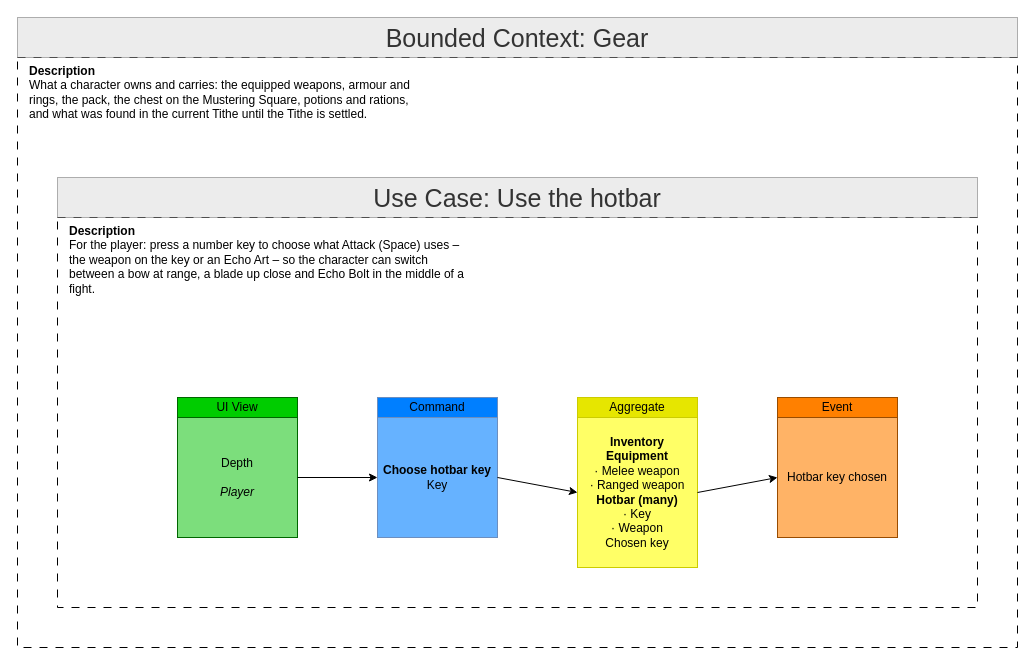
Earlier version of the draw.io diagram ProductOwner/contexts/gear/models/Feature-028-use-the-hotbar.drawio (tokeboisen/themaw). Source tidied: cells renumbered, new cells numbered last; positions are measured from the earlier drawing's top-left corner, leaving out a move shared by most shapes. Both pictures are drawn from the tidied source at 100%, with x=0, y=0 at pixel (17, 17).
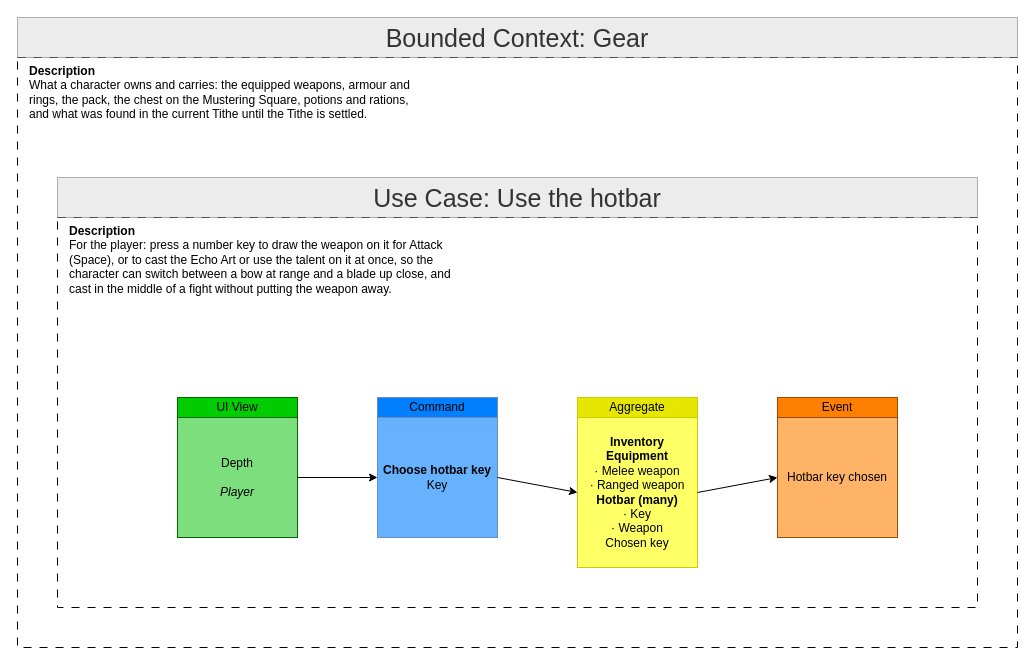
The same diagram, later.

What changed in the source:
```diff
@@
 <mxGraphModel>
   <root>
     <mxCell id="0" />
     <mxCell id="1" parent="0" />
     <mxCell id="2" style="rounded=0;whiteSpace=wrap;html=1;fillColor=none;dashed=1;dashPattern=8 8;" parent="1" vertex="1">
       <mxGeometry y="40" width="1000" height="590" as="geometry" />
     </mxCell>
     <mxCell id="3" value="Bounded Context: Gear" style="text;html=1;whiteSpace=wrap;strokeColor=#666666;fillColor=#D9D9D9;align=center;verticalAlign=middle;rounded=0;fontSize=25;fontColor=#333333;opacity=50;" parent="1" vertex="1">
       <mxGeometry width="1000" height="40" as="geometry" />
     </mxCell>
     <mxCell id="4" value="&lt;div&gt;&lt;b&gt;Description&lt;/b&gt;&lt;/div&gt;What a character owns and carries: the equipped weapons, armour and rings, the pack, the chest on the Mustering Square, potions and rations, and what was found in the current Tithe until the Tithe is settled." style="text;html=1;whiteSpace=wrap;overflow=hidden;rounded=0;strokeColor=none;fillColor=none;align=left;verticalAlign=top;" parent="1" vertex="1">
       <mxGeometry x="10" y="40" width="400" height="80" as="geometry" />
     </mxCell>
     <mxCell id="5" style="rounded=0;whiteSpace=wrap;html=1;fillColor=none;dashed=1;dashPattern=8 8;" parent="1" vertex="1">
       <mxGeometry x="40" y="200" width="920" height="390" as="geometry" />
     </mxCell>
     <mxCell id="6" value="Use Case: Use the hotbar" style="text;html=1;whiteSpace=wrap;strokeColor=#666666;fillColor=#D9D9D9;align=center;verticalAlign=middle;rounded=0;fontSize=25;fontColor=#333333;opacity=50;" parent="1" vertex="1">
       <mxGeometry x="40" y="160" width="920" height="40" as="geometry" />
     </mxCell>
-    <mxCell id="7" value="&lt;div&gt;&lt;b&gt;Description&lt;/b&gt;&lt;/div&gt;For the player: press a number key to choose what Attack (Space) uses – the weapon on the key or an Echo Art – so the character can switch between a bow at range, a blade up close and Echo Bolt in the middle of a fight." style="text;html=1;whiteSpace=wrap;overflow=hidden;rounded=0;strokeColor=none;fillColor=none;align=left;verticalAlign=top;" parent="1" vertex="1">
+    <mxCell id="7" value="&lt;div&gt;&lt;b&gt;Description&lt;/b&gt;&lt;/div&gt;For the player: press a number key to draw the weapon on it for Attack (Space), or to cast the Echo Art or use the talent on it at once, so the character can switch between a bow at range and a blade up close, and cast in the middle of a fight without putting the weapon away." style="text;html=1;whiteSpace=wrap;overflow=hidden;rounded=0;strokeColor=none;fillColor=none;align=left;verticalAlign=top;" parent="1" vertex="1">
       <mxGeometry x="50" y="200" width="400" height="140" as="geometry" />
     </mxCell>
     <mxCell id="8" value="Depth&lt;br&gt;&lt;br&gt;&lt;i&gt;Player&lt;/i&gt;" style="rounded=0;whiteSpace=wrap;html=1;labelBackgroundColor=none;fillColor=#7CDE7C;strokeColor=#006600;" parent="1" vertex="1">
       <mxGeometry x="160" y="400" width="120" height="120" as="geometry" />
     </mxCell>
     <mxCell id="9" value="UI View" style="rounded=0;whiteSpace=wrap;html=1;labelBackgroundColor=none;fillColor=#00CC00;strokeColor=#006600;" parent="1" vertex="1">
       <mxGeometry x="160" y="380" width="120" height="20" as="geometry" />
     </mxCell>
     <mxCell id="10" value="&lt;b&gt;Choose hotbar key&lt;/b&gt;&lt;br&gt;Key" style="rounded=0;whiteSpace=wrap;html=1;labelBackgroundColor=none;fillColor=#66B2FF;strokeColor=#6C8EBF;" parent="1" vertex="1">
       <mxGeometry x="360" y="400" width="120" height="120" as="geometry" />
     </mxCell>
     <mxCell id="11" value="Command" style="rounded=0;whiteSpace=wrap;html=1;labelBackgroundColor=none;fillColor=#007FFF;strokeColor=#6C8EBF;" parent="1" vertex="1">
       <mxGeometry x="360" y="380" width="120" height="20" as="geometry" />
     </mxCell>
     <mxCell id="12" value="&lt;b&gt;Inventory&lt;/b&gt;&lt;br&gt;&lt;b&gt;Equipment&lt;/b&gt;&lt;br&gt;· Melee weapon&lt;br&gt;· Ranged weapon&lt;br&gt;&lt;b&gt;Hotbar (many)&lt;/b&gt;&lt;br&gt;· Key&lt;br&gt;· Weapon&lt;br&gt;Chosen key" style="rounded=0;whiteSpace=wrap;html=1;labelBackgroundColor=none;fillColor=#FFFF66;strokeColor=#CCCC00;" parent="1" vertex="1">
       <mxGeometry x="560" y="400" width="120" height="150" as="geometry" />
     </mxCell>
     <mxCell id="13" value="Aggregate" style="rounded=0;whiteSpace=wrap;html=1;labelBackgroundColor=none;fillColor=#E6E600;strokeColor=#CCCC00;" parent="1" vertex="1">
       <mxGeometry x="560" y="380" width="120" height="20" as="geometry" />
     </mxCell>
     <mxCell id="14" value="Hotbar key chosen" style="rounded=0;whiteSpace=wrap;html=1;labelBackgroundColor=none;fillColor=#FFB366;strokeColor=#994C00;" parent="1" vertex="1">
       <mxGeometry x="760" y="400" width="120" height="120" as="geometry" />
     </mxCell>
     <mxCell id="15" value="Event" style="rounded=0;whiteSpace=wrap;html=1;labelBackgroundColor=none;fillColor=#FF8000;strokeColor=#994C00;" parent="1" vertex="1">
       <mxGeometry x="760" y="380" width="120" height="20" as="geometry" />
     </mxCell>
     <mxCell id="16" style="endArrow=classic;html=1;rounded=0;exitX=1;exitY=0.5;exitDx=0;exitDy=0;entryX=0;entryY=0.5;entryDx=0;entryDy=0;" parent="1" edge="1" source="8" target="10">
       <mxGeometry relative="1" as="geometry" />
     </mxCell>
     <mxCell id="17" style="endArrow=classic;html=1;rounded=0;exitX=1;exitY=0.5;exitDx=0;exitDy=0;entryX=0;entryY=0.5;entryDx=0;entryDy=0;" parent="1" edge="1" source="10" target="12">
       <mxGeometry relative="1" as="geometry" />
     </mxCell>
     <mxCell id="18" style="endArrow=classic;html=1;rounded=0;exitX=1;exitY=0.5;exitDx=0;exitDy=0;entryX=0;entryY=0.5;entryDx=0;entryDy=0;" parent="1" edge="1" source="12" target="14">
       <mxGeometry relative="1" as="geometry" />
     </mxCell>
   </root>
 </mxGraphModel>
```
